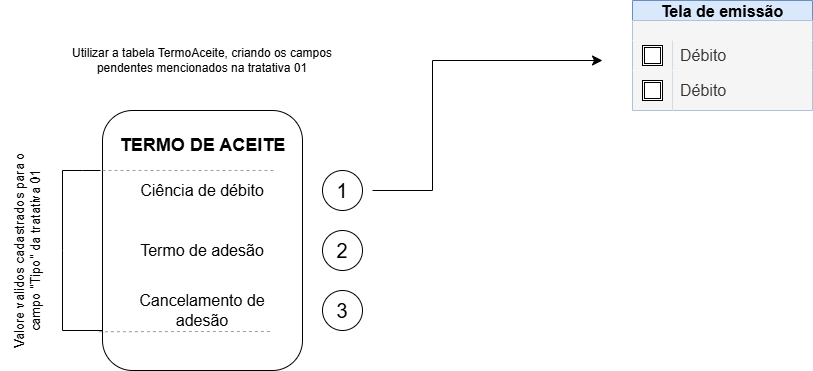
Above: 1558 - Creation of membership terms.drawio.png in VivianeBlock/Analysis_BRC (draw.io), before the change. Source tidied: cells renumbered, new cells last; positions are measured from the earlier drawing's top-left corner, leaving out a move shared by most shapes. Source of this version:
```xml
<mxGraphModel>
  <root>
    <mxCell id="0" />
    <mxCell id="1" parent="0" />
    <mxCell id="2" style="rounded=1;whiteSpace=wrap;html=1;" parent="1" vertex="1">
      <mxGeometry x="190" y="110" width="200" height="260" as="geometry" />
    </mxCell>
    <mxCell id="3" value="TERMO DE ACEITE" style="text;html=1;align=center;verticalAlign=middle;whiteSpace=wrap;rounded=0;fontSize=18;fontStyle=1;" parent="1" vertex="1">
      <mxGeometry x="197.5" y="130" width="185" height="30" as="geometry" />
    </mxCell>
    <mxCell id="4" style="ellipse;whiteSpace=wrap;html=1;" parent="1" vertex="1">
      <mxGeometry x="410" y="170" width="40" height="40" as="geometry" />
    </mxCell>
    <mxCell id="5" style="ellipse;whiteSpace=wrap;html=1;" parent="1" vertex="1">
      <mxGeometry x="410" y="230" width="40" height="40" as="geometry" />
    </mxCell>
    <mxCell id="6" style="ellipse;whiteSpace=wrap;html=1;" parent="1" vertex="1">
      <mxGeometry x="410" y="290" width="40" height="40" as="geometry" />
    </mxCell>
    <mxCell id="7" value="Ciência de débito" style="text;html=1;align=center;verticalAlign=middle;whiteSpace=wrap;rounded=0;fontSize=16;" parent="1" vertex="1">
      <mxGeometry x="210" y="175" width="160" height="30" as="geometry" />
    </mxCell>
    <mxCell id="8" value="Termo de adesão&lt;span style=&quot;color: rgba(0, 0, 0, 0); font-family: monospace; font-size: 0px; text-align: start; text-wrap-mode: nowrap;&quot;&gt;%3CmxGraphModel%3E%3Croot%3E%3CmxCell%20id%3D%220%22%2F%3E%3CmxCell%20id%3D%221%22%20parent%3D%220%22%2F%3E%3CmxCell%20id%3D%222%22%20value%3D%22Ci%C3%AAncia%20de%20d%C3%A9bito%22%20style%3D%22text%3Bhtml%3D1%3Balign%3Dcenter%3BverticalAlign%3Dmiddle%3BwhiteSpace%3Dwrap%3Brounded%3D0%3BfontSize%3D16%3B%22%20vertex%3D%221%22%20parent%3D%221%22%3E%3CmxGeometry%20x%3D%22140%22%20y%3D%22165%22%20width%3D%22160%22%20height%3D%2230%22%20as%3D%22geometry%22%2F%3E%3C%2FmxCell%3E%3C%2Froot%3E%3C%2FmxGraphModel%3E&lt;/span&gt;" style="text;html=1;align=center;verticalAlign=middle;whiteSpace=wrap;rounded=0;fontSize=16;" parent="1" vertex="1">
      <mxGeometry x="210" y="235" width="160" height="30" as="geometry" />
    </mxCell>
    <mxCell id="9" value="Cancelamento de adesão" style="text;html=1;align=center;verticalAlign=middle;whiteSpace=wrap;rounded=0;fontSize=16;" parent="1" vertex="1">
      <mxGeometry x="210" y="295" width="160" height="30" as="geometry" />
    </mxCell>
    <mxCell id="10" value="Utilizar a tabela TermoAceite, criando os campos pendentes mencionados na tratativa 01" style="text;html=1;align=center;verticalAlign=middle;whiteSpace=wrap;rounded=0;" parent="1" vertex="1">
      <mxGeometry x="150" y="20" width="280" height="80" as="geometry" />
    </mxCell>
    <mxCell id="11" style="endArrow=none;html=1;rounded=0;" parent="1" edge="1">
      <mxGeometry relative="1" as="geometry">
        <mxPoint x="150" y="330" as="sourcePoint" />
        <mxPoint x="150" y="170" as="targetPoint" />
        <Array as="points">
          <mxPoint x="150" y="250" />
        </Array>
      </mxGeometry>
    </mxCell>
    <mxCell id="12" style="endArrow=none;html=1;rounded=0;" parent="1" edge="1">
      <mxGeometry relative="1" as="geometry">
        <mxPoint x="150" y="330" as="sourcePoint" />
        <mxPoint x="190" y="330" as="targetPoint" />
      </mxGeometry>
    </mxCell>
    <mxCell id="13" style="endArrow=none;html=1;rounded=0;" parent="1" edge="1">
      <mxGeometry relative="1" as="geometry">
        <mxPoint x="150" y="170" as="sourcePoint" />
        <mxPoint x="188" y="170" as="targetPoint" />
        <Array as="points">
          <mxPoint x="170" y="170" />
        </Array>
      </mxGeometry>
    </mxCell>
    <mxCell id="14" style="endArrow=none;dashed=1;html=1;rounded=0;exitX=-0.018;exitY=0.851;exitDx=0;exitDy=0;exitPerimeter=0;strokeColor=#9E9E9E;" parent="1" edge="1" source="2">
      <mxGeometry relative="1" as="geometry">
        <mxPoint x="360" y="331" as="targetPoint" />
        <Array as="points">
          <mxPoint x="280" y="331" />
          <mxPoint x="360" y="331" />
        </Array>
      </mxGeometry>
    </mxCell>
    <mxCell id="15" style="endArrow=none;dashed=1;html=1;rounded=0;exitX=-0.018;exitY=0.851;exitDx=0;exitDy=0;exitPerimeter=0;fontColor=#9E9E9E;strokeColor=#9E9E9E;" parent="1" edge="1">
      <mxGeometry relative="1" as="geometry">
        <mxPoint x="190" y="170" as="sourcePoint" />
        <mxPoint x="364" y="170" as="targetPoint" />
        <Array as="points">
          <mxPoint x="284" y="170" />
          <mxPoint x="364" y="170" />
        </Array>
      </mxGeometry>
    </mxCell>
    <mxCell id="16" value="Valore validos cadastrados para o campo &quot;Tipo&quot; da tratativa 01" style="text;html=1;align=center;verticalAlign=middle;whiteSpace=wrap;rounded=0;rotation=-90;fontSize=13;" parent="1" vertex="1">
      <mxGeometry y="222.5" width="230" height="55" as="geometry" />
    </mxCell>
    <mxCell id="17" value="1" style="text;html=1;align=center;verticalAlign=middle;whiteSpace=wrap;rounded=0;fontSize=20;" parent="1" vertex="1">
      <mxGeometry x="400" y="175" width="60" height="30" as="geometry" />
    </mxCell>
    <mxCell id="18" value="2" style="text;html=1;align=center;verticalAlign=middle;whiteSpace=wrap;rounded=0;fontSize=20;" parent="1" vertex="1">
      <mxGeometry x="400" y="235" width="60" height="30" as="geometry" />
    </mxCell>
    <mxCell id="19" value="3" style="text;html=1;align=center;verticalAlign=middle;whiteSpace=wrap;rounded=0;fontSize=20;" parent="1" vertex="1">
      <mxGeometry x="400" y="295" width="60" height="30" as="geometry" />
    </mxCell>
    <mxCell id="20" style="edgeStyle=elbowEdgeStyle;elbow=horizontal;endArrow=classic;html=1;curved=0;rounded=0;endSize=8;startSize=8;exitX=1;exitY=0.5;exitDx=0;exitDy=0;" parent="1" edge="1" source="17">
      <mxGeometry relative="1" as="geometry">
        <mxPoint x="690" y="60" as="targetPoint" />
        <Array as="points">
          <mxPoint x="520" y="140" />
        </Array>
      </mxGeometry>
    </mxCell>
    <mxCell id="21" value="Tela de emissão" style="shape=table;startSize=20;rowLines=0;fontStyle=1;strokeColor=#6c8ebf;fontSize=16;fillColor=#dae8fc;" parent="1" vertex="1">
      <mxGeometry x="720" width="180" height="110" as="geometry" />
    </mxCell>
    <mxCell id="22" style="shape=tableRow;horizontal=0;startSize=0;swimlaneHead=0;swimlaneBody=0;top=0;left=0;bottom=0;right=0;fillColor=#f5f5f5;strokeColor=#666666;fontSize=16;fontColor=#333333;" parent="21" vertex="1">
      <mxGeometry y="20" width="180" height="20" as="geometry" />
    </mxCell>
    <mxCell id="23" style="shape=partialRectangle;html=1;whiteSpace=wrap;fillColor=none;top=0;left=0;bottom=0;right=0;overflow=hidden;strokeColor=inherit;fontSize=16;" parent="22" vertex="1">
      <mxGeometry width="40" height="20" as="geometry" />
    </mxCell>
    <mxCell id="24" style="shape=partialRectangle;html=1;whiteSpace=wrap;fillColor=none;top=0;left=0;bottom=0;right=0;align=left;spacingLeft=6;overflow=hidden;strokeColor=inherit;fontSize=16;" parent="22" vertex="1">
      <mxGeometry x="40" width="140" height="20" as="geometry" />
    </mxCell>
    <mxCell id="25" style="shape=tableRow;horizontal=0;startSize=0;swimlaneHead=0;swimlaneBody=0;top=0;left=0;bottom=0;right=0;fillColor=none;strokeColor=inherit;fontSize=16;" parent="21" vertex="1">
      <mxGeometry y="40" width="180" height="30" as="geometry" />
    </mxCell>
    <mxCell id="26" style="shape=partialRectangle;html=1;whiteSpace=wrap;fillColor=#f5f5f5;top=0;left=0;bottom=0;right=0;overflow=hidden;strokeColor=#666666;fontSize=16;fontColor=#333333;" parent="25" vertex="1">
      <mxGeometry width="40" height="30" as="geometry" />
    </mxCell>
    <mxCell id="27" value="Débito" style="shape=partialRectangle;html=1;whiteSpace=wrap;fillColor=#f5f5f5;top=0;left=0;bottom=0;right=0;align=left;spacingLeft=6;overflow=hidden;strokeColor=#666666;fontSize=16;fontColor=#333333;" parent="25" vertex="1">
      <mxGeometry x="40" width="140" height="30" as="geometry" />
    </mxCell>
    <mxCell id="28" style="shape=tableRow;horizontal=0;startSize=0;swimlaneHead=0;swimlaneBody=0;top=0;left=0;bottom=0;right=0;fillColor=none;strokeColor=inherit;fontSize=16;" parent="21" vertex="1">
      <mxGeometry y="70" width="180" height="40" as="geometry" />
    </mxCell>
    <mxCell id="29" style="shape=partialRectangle;html=1;whiteSpace=wrap;fillColor=#f5f5f5;top=0;left=0;bottom=0;right=0;overflow=hidden;strokeColor=#666666;fontSize=16;fontColor=#333333;" parent="28" vertex="1">
      <mxGeometry width="40" height="40" as="geometry" />
    </mxCell>
    <mxCell id="30" value="Débito" style="shape=partialRectangle;html=1;whiteSpace=wrap;fillColor=#f5f5f5;top=0;left=0;bottom=0;right=0;align=left;spacingLeft=6;overflow=hidden;strokeColor=#666666;fontSize=16;fontColor=#333333;" parent="28" vertex="1">
      <mxGeometry x="40" width="140" height="40" as="geometry" />
    </mxCell>
    <mxCell id="31" style="shape=ext;double=1;whiteSpace=wrap;html=1;" parent="1" vertex="1">
      <mxGeometry x="730" y="80" width="20" height="20" as="geometry" />
    </mxCell>
    <mxCell id="32" style="shape=ext;double=1;whiteSpace=wrap;html=1;" parent="1" vertex="1">
      <mxGeometry x="730" y="45" width="20" height="20" as="geometry" />
    </mxCell>
  </root>
</mxGraphModel>
```
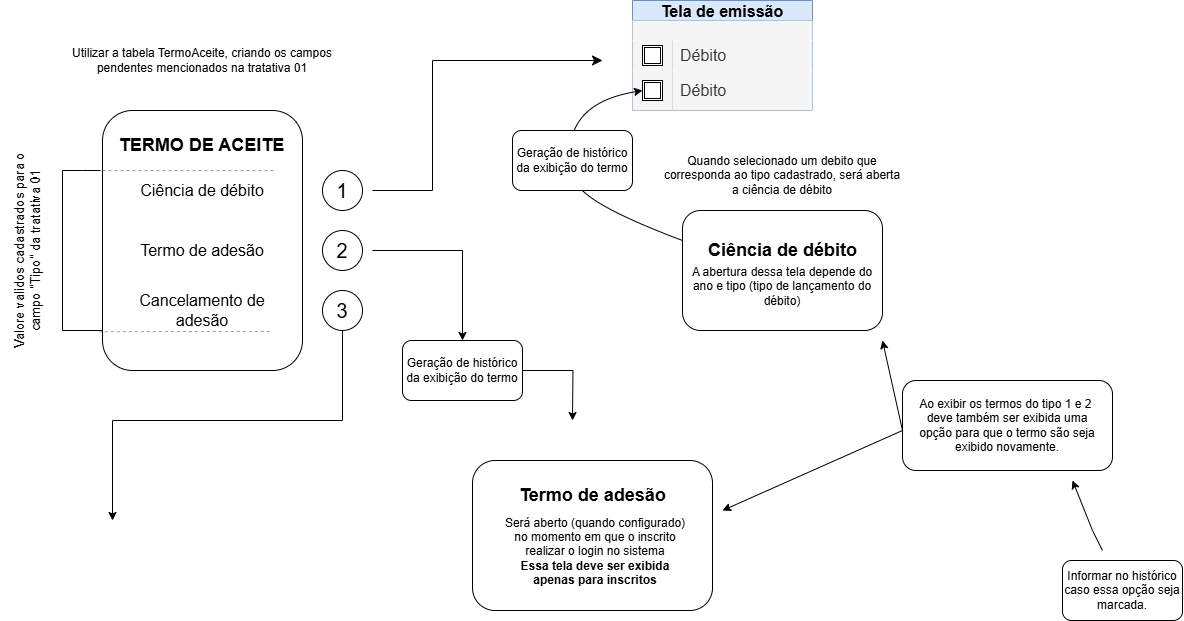
Later version of the same file.

The edit, as a diff of the source:
```diff
@@ -78,6 +78,11 @@
     <mxCell id="17" value="1" style="text;html=1;align=center;verticalAlign=middle;whiteSpace=wrap;rounded=0;fontSize=20;" parent="1" vertex="1">
       <mxGeometry x="400" y="175" width="60" height="30" as="geometry" />
     </mxCell>
+    <mxCell id="33" style="edgeStyle=orthogonalEdgeStyle;rounded=0;jettySize=auto;html=1;" parent="1" edge="1" source="46">
+      <mxGeometry relative="1" as="geometry">
+        <mxPoint x="660" y="420" as="targetPoint" />
+      </mxGeometry>
+    </mxCell>
     <mxCell id="18" value="2" style="text;html=1;align=center;verticalAlign=middle;whiteSpace=wrap;rounded=0;fontSize=20;" parent="1" vertex="1">
       <mxGeometry x="400" y="235" width="60" height="30" as="geometry" />
     </mxCell>
@@ -128,5 +133,80 @@
     <mxCell id="32" style="shape=ext;double=1;whiteSpace=wrap;html=1;" parent="1" vertex="1">
       <mxGeometry x="730" y="45" width="20" height="20" as="geometry" />
     </mxCell>
+    <mxCell id="34" style="curved=1;endArrow=classic;html=1;rounded=0;entryX=0;entryY=0.5;entryDx=0;entryDy=0;exitX=0;exitY=0.25;exitDx=0;exitDy=0;" parent="1" edge="1" source="36" target="31">
+      <mxGeometry relative="1" as="geometry">
+        <Array as="points">
+          <mxPoint x="690" y="210" />
+          <mxPoint x="650" y="170" />
+          <mxPoint x="670" y="100" />
+        </Array>
+      </mxGeometry>
+    </mxCell>
+    <mxCell id="35" value="Quando selecionado um debito que corresponda ao tipo cadastrado, será aberta a ciência de débito" style="text;html=1;align=center;verticalAlign=middle;whiteSpace=wrap;rounded=0;" parent="1" vertex="1">
+      <mxGeometry x="750" y="160" width="240" height="30" as="geometry" />
+    </mxCell>
+    <mxCell id="36" style="rounded=1;whiteSpace=wrap;html=1;" parent="1" vertex="1">
+      <mxGeometry x="770" y="210" width="200" height="120" as="geometry" />
+    </mxCell>
+    <mxCell id="37" value="Ciência de débito" style="text;html=1;align=center;verticalAlign=middle;whiteSpace=wrap;rounded=0;fontSize=18;fontStyle=1;" parent="1" vertex="1">
+      <mxGeometry x="777.5" y="235" width="185" height="30" as="geometry" />
+    </mxCell>
+    <mxCell id="38" value="A abertura dessa tela depende do ano e tipo (tipo de lançamento do débito)" style="text;html=1;align=center;verticalAlign=middle;whiteSpace=wrap;rounded=0;" parent="1" vertex="1">
+      <mxGeometry x="775" y="265" width="190" height="42.5" as="geometry" />
+    </mxCell>
+    <mxCell id="39" style="rounded=1;whiteSpace=wrap;html=1;" parent="1" vertex="1">
+      <mxGeometry x="560" y="460" width="240" height="150" as="geometry" />
+    </mxCell>
+    <mxCell id="40" value="Termo de adesão" style="text;html=1;align=center;verticalAlign=middle;whiteSpace=wrap;rounded=0;fontSize=18;fontStyle=1;" parent="1" vertex="1">
+      <mxGeometry x="587.5" y="480" width="185" height="30" as="geometry" />
+    </mxCell>
+    <mxCell id="41" value="Será aberto (quando configurado) no momento em que o inscrito realizar o login no sistema&lt;div&gt;&lt;b&gt;Essa tela deve ser exibida apenas para inscritos&lt;/b&gt;&lt;/div&gt;" style="text;html=1;align=center;verticalAlign=middle;whiteSpace=wrap;rounded=0;" parent="1" vertex="1">
+      <mxGeometry x="587.5" y="530" width="190" height="42.5" as="geometry" />
+    </mxCell>
+    <mxCell id="42" style="rounded=1;whiteSpace=wrap;html=1;" parent="1" vertex="1">
+      <mxGeometry x="990" y="380" width="210" height="90" as="geometry" />
+    </mxCell>
+    <mxCell id="43" style="endArrow=classic;startArrow=classic;html=1;rounded=0;" parent="1" edge="1">
+      <mxGeometry relative="1" as="geometry">
+        <mxPoint x="810" y="510" as="sourcePoint" />
+        <mxPoint x="970" y="340" as="targetPoint" />
+        <Array as="points">
+          <mxPoint x="990" y="430" />
+        </Array>
+      </mxGeometry>
+    </mxCell>
+    <mxCell id="44" value="Ao exibir os termos do tipo 1 e 2&amp;nbsp;&lt;br&gt;deve também ser exibida uma opção para que o termo são seja exibido novamente." style="text;html=1;align=center;verticalAlign=middle;whiteSpace=wrap;rounded=0;" parent="1" vertex="1">
+      <mxGeometry x="1000" y="403.8" width="190" height="42.5" as="geometry" />
+    </mxCell>
+    <mxCell id="45" style="edgeStyle=orthogonalEdgeStyle;rounded=0;jettySize=auto;html=1;" parent="1" edge="1" source="18" target="46">
+      <mxGeometry relative="1" as="geometry" />
+    </mxCell>
+    <mxCell id="46" value="Geração de histórico&lt;div&gt;da exibição do termo&lt;/div&gt;" style="rounded=1;whiteSpace=wrap;html=1;" parent="1" vertex="1">
+      <mxGeometry x="490" y="340" width="120" height="60" as="geometry" />
+    </mxCell>
+    <mxCell id="47" value="Geração de histórico&lt;div&gt;da exibição do termo&lt;/div&gt;" style="rounded=1;whiteSpace=wrap;html=1;" parent="1" vertex="1">
+      <mxGeometry x="600" y="130" width="120" height="60" as="geometry" />
+    </mxCell>
+    <mxCell id="48" value="Informar no histórico caso essa opção seja marcada." style="rounded=1;whiteSpace=wrap;html=1;" parent="1" vertex="1">
+      <mxGeometry x="1150" y="560" width="120" height="60" as="geometry" />
+    </mxCell>
+    <mxCell id="49" style="endArrow=classic;html=1;rounded=0;" parent="1" edge="1">
+      <mxGeometry relative="1" as="geometry">
+        <mxPoint x="1190" y="550" as="sourcePoint" />
+        <mxPoint x="1160" y="480" as="targetPoint" />
+        <Array as="points">
+          <mxPoint x="1180" y="530" />
+        </Array>
+      </mxGeometry>
+    </mxCell>
+    <mxCell id="50" style="endArrow=classic;html=1;rounded=0;exitX=0.5;exitY=1;exitDx=0;exitDy=0;" parent="1" edge="1" source="6">
+      <mxGeometry relative="1" as="geometry">
+        <mxPoint x="200" y="520" as="targetPoint" />
+        <Array as="points">
+          <mxPoint x="430" y="420" />
+          <mxPoint x="200" y="420" />
+        </Array>
+      </mxGeometry>
+    </mxCell>
   </root>
 </mxGraphModel>
```
